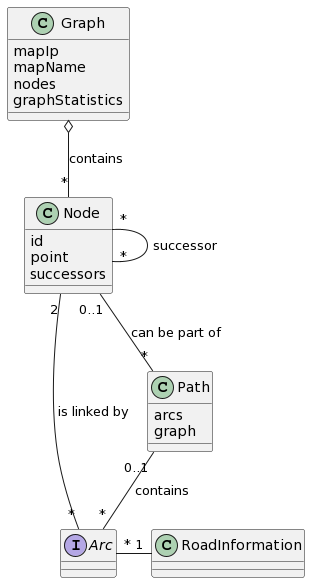
The PlantUML diagram class_diagramm.png in joelimgu/BE_Graphes, before a commit.
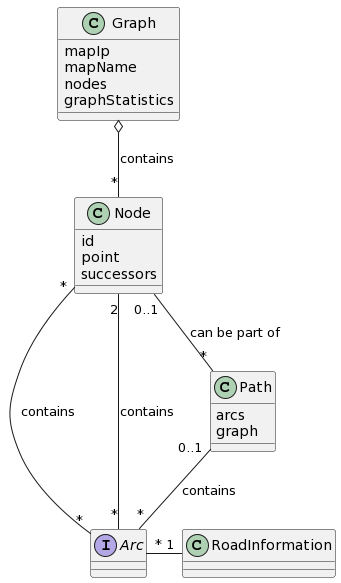
The same diagram one commit later.

Commit message:
diagramme de classe actualisé

The edit, as a diff of the source:
```diff
@@ -19,9 +19,9 @@
 class RoadInformation
 
 Graph o-- "*" Node : contains
-Node "*" -- "*" Node : successor
+Node "*" -- "*" Arc : contains
 Node "0..1"-- "*" Path : can be part of
 Path "0..1"-- "*" Arc : contains
-Node "2"--"*"Arc : is linked by
+Node "2"--"*"Arc : contains
 Arc "*"-"1" RoadInformation
 @enduml
```
